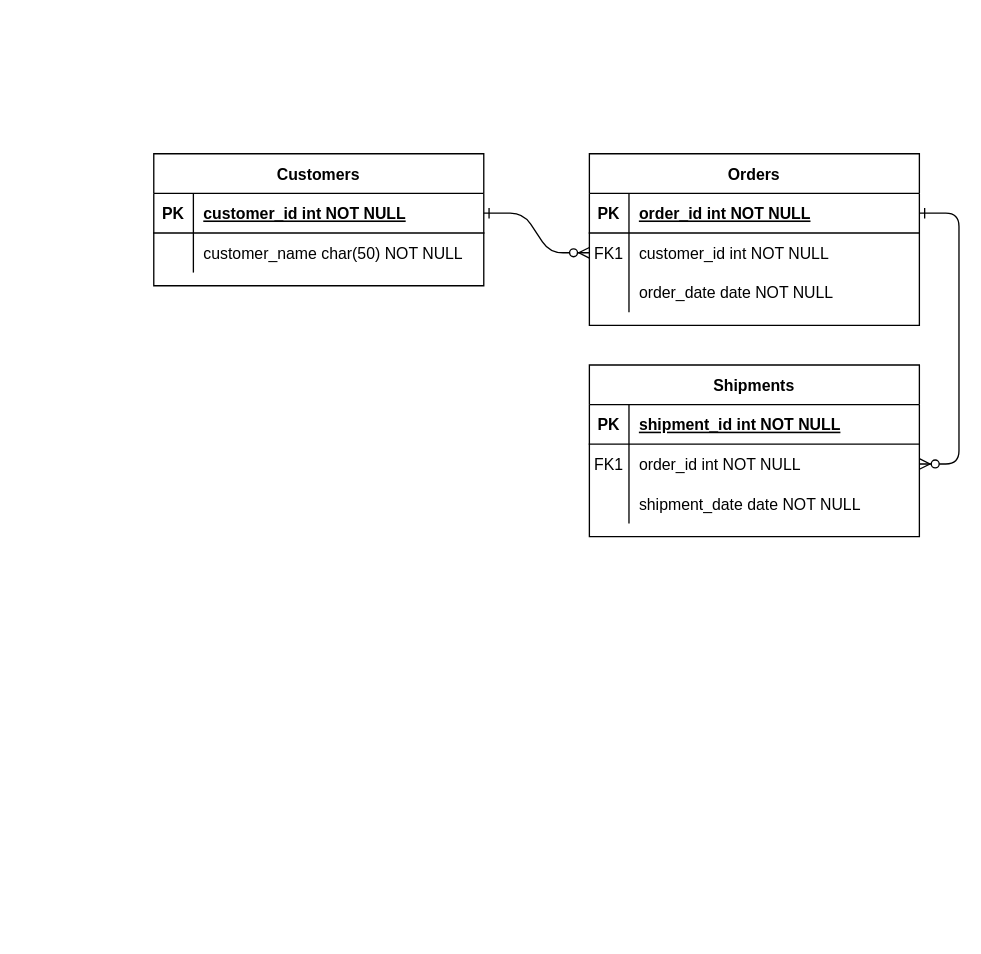
Earlier version of the draw.io diagram Recipe_api.drawio (BenDavies1218/BenjaminDavies_T2A2). Source tidied: cells renumbered, new cells numbered last; positions are measured from the earlier drawing's top-left corner, leaving out a move shared by most shapes. Both pictures are drawn from the tidied source at 132%, with x=0, y=0 at pixel (153, 153).
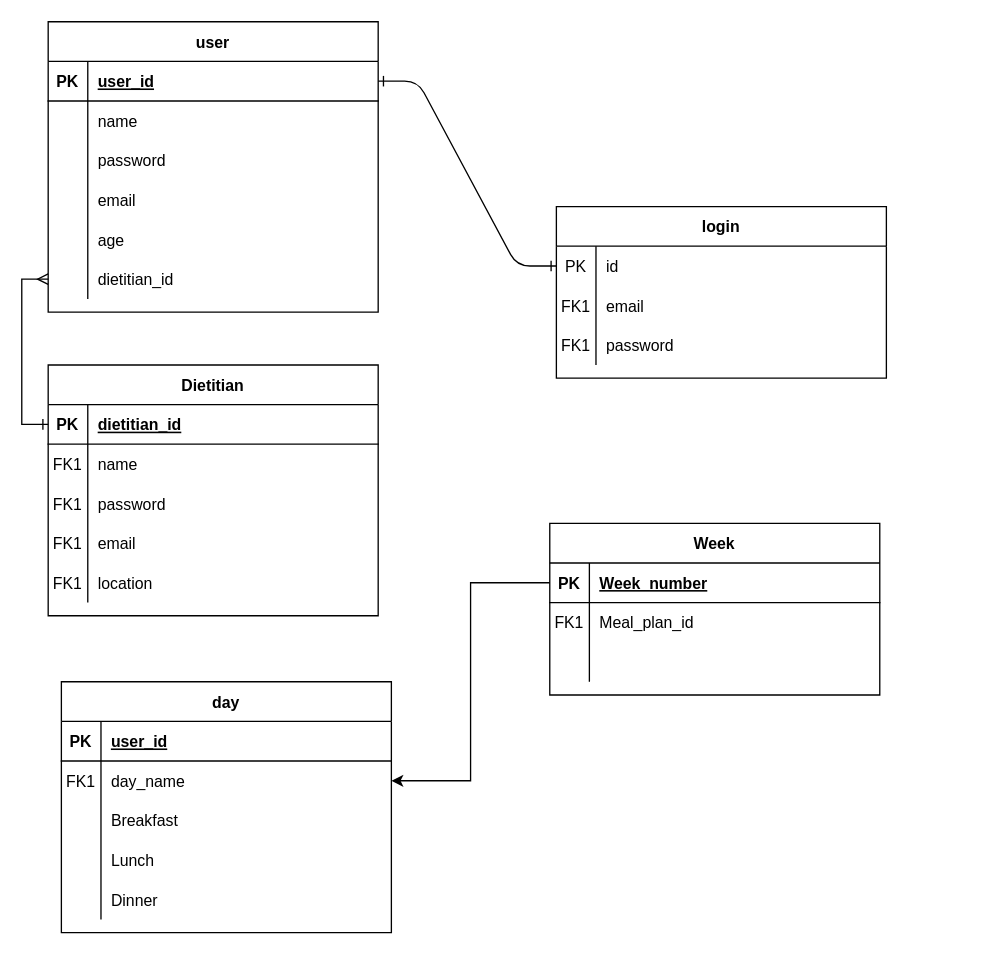
The same page after the edit.

Unchanged cells that the change refers to:
```xml
<mxCell id="15" style="shape=partialRectangle;fillColor=none;points=[[0,0.5],[1,0.5]];portConstraint=eastwest;top=0;left=0;right=0;bottom=1;" parent="14" vertex="1">
  <mxGeometry y="30" width="250" height="30" as="geometry" />
</mxCell>
<mxCell id="18" style="shape=partialRectangle;fillColor=none;points=[[0,0.5],[1,0.5]];portConstraint=eastwest;top=0;left=0;right=0;bottom=0;" parent="14" vertex="1">
  <mxGeometry y="60" width="250" height="30" as="geometry" />
</mxCell>
<mxCell id="21" style="shape=partialRectangle;fillColor=none;top=0;left=0;right=0;bottom=0;" parent="14" vertex="1">
  <mxGeometry y="90" width="250" height="30" as="geometry" />
</mxCell>
<mxCell id="25" style="shape=partialRectangle;fillColor=none;points=[[0,0.5],[1,0.5]];portConstraint=eastwest;top=0;left=0;right=0;bottom=1;" parent="24" vertex="1">
  <mxGeometry y="30" width="250" height="30" as="geometry" />
</mxCell>
<mxCell id="28" style="shape=partialRectangle;fillColor=none;top=0;left=0;right=0;bottom=0;" parent="24" vertex="1">
  <mxGeometry y="60" width="250" height="30" as="geometry" />
</mxCell>
```

What changed in the source:
```diff
@@
-    <mxCell id="2" style="edgeStyle=entityRelationEdgeStyle;endArrow=ERzeroToMany;startArrow=ERone;endFill=1;startFill=0;" parent="1" edge="1" source="25" target="8">
+    <mxCell id="2" style="edgeStyle=entityRelationEdgeStyle;endArrow=ERone;startArrow=ERone;endFill=0;startFill=0;" parent="1" edge="1" source="25" target="8">
       <mxGeometry relative="1" as="geometry" />
     </mxCell>
-    <mxCell id="3" style="edgeStyle=entityRelationEdgeStyle;endArrow=ERzeroToMany;startArrow=ERone;endFill=1;startFill=0;" parent="1" edge="1" source="5" target="18">
-      <mxGeometry relative="1" as="geometry" />
-    </mxCell>
-    <mxCell id="4" value="Orders" style="shape=table;startSize=30;childLayout=tableLayout;rowLines=0;fontStyle=1;align=center;" parent="1" vertex="1">
-      <mxGeometry x="330" width="250" height="130" as="geometry" />
+    <mxCell id="4" value="login" style="shape=table;startSize=30;childLayout=tableLayout;rowLines=0;fontStyle=1;align=center;" parent="1" vertex="1">
+      <mxGeometry x="305" y="40" width="250" height="130" as="geometry" />
     </mxCell>
-    <mxCell id="5" style="shape=partialRectangle;fillColor=none;points=[[0,0.5],[1,0.5]];portConstraint=eastwest;top=0;left=0;right=0;bottom=1;" parent="4" vertex="1">
-      <mxGeometry y="30" width="250" height="30" as="geometry" />
-    </mxCell>
-    <mxCell id="6" value="PK" style="shape=partialRectangle;overflow=hidden;fillColor=none;top=0;left=0;bottom=0;right=0;fontStyle=1;" parent="5" vertex="1">
-      <mxGeometry width="30" height="30" as="geometry" />
-    </mxCell>
-    <mxCell id="7" value="order_id int NOT NULL " style="shape=partialRectangle;overflow=hidden;fillColor=none;top=0;left=0;bottom=0;right=0;align=left;spacingLeft=6;fontStyle=5;" parent="5" vertex="1">
-      <mxGeometry x="30" width="220" height="30" as="geometry" />
-    </mxCell>
     <mxCell id="8" style="shape=partialRectangle;fillColor=none;points=[[0,0.5],[1,0.5]];portConstraint=eastwest;top=0;left=0;right=0;bottom=0;" parent="4" vertex="1">
-      <mxGeometry y="60" width="250" height="30" as="geometry" />
+      <mxGeometry y="30" width="250" height="30" as="geometry" />
     </mxCell>
-    <mxCell id="9" value="FK1" style="shape=partialRectangle;overflow=hidden;fillColor=none;top=0;left=0;bottom=0;right=0;" parent="8" vertex="1">
+    <mxCell id="9" value="PK" style="shape=partialRectangle;overflow=hidden;fillColor=none;top=0;left=0;bottom=0;right=0;" parent="8" vertex="1">
       <mxGeometry width="30" height="30" as="geometry" />
     </mxCell>
-    <mxCell id="10" value="customer_id int NOT NULL" style="shape=partialRectangle;overflow=hidden;fillColor=none;top=0;left=0;bottom=0;right=0;align=left;spacingLeft=6;" parent="8" vertex="1">
+    <mxCell id="10" value="id" style="shape=partialRectangle;overflow=hidden;fillColor=none;top=0;left=0;bottom=0;right=0;align=left;spacingLeft=6;" parent="8" vertex="1">
       <mxGeometry x="30" width="220" height="30" as="geometry" />
     </mxCell>
-    <mxCell id="11" style="shape=partialRectangle;fillColor=none;top=0;left=0;right=0;bottom=0;" parent="4" vertex="1">
-      <mxGeometry y="90" width="250" height="30" as="geometry" />
-    </mxCell>
-    <mxCell id="12" style="shape=partialRectangle;overflow=hidden;fillColor=none;top=0;left=0;bottom=0;right=0;" parent="11" vertex="1">
-      <mxGeometry width="30" height="30" as="geometry" />
-    </mxCell>
-    <mxCell id="13" value="order_date date NOT NULL" style="shape=partialRectangle;overflow=hidden;fillColor=none;top=0;left=0;bottom=0;right=0;align=left;spacingLeft=6;" parent="11" vertex="1">
-      <mxGeometry x="30" width="220" height="30" as="geometry" />
-    </mxCell>
+    <mxCell id="31" style="shape=partialRectangle;fillColor=none;top=0;left=0;right=0;bottom=0;" parent="4" vertex="1">
+      <mxGeometry y="60" width="250" height="30" as="geometry" />
+    </mxCell>
+    <mxCell id="32" value="FK1" style="shape=partialRectangle;overflow=hidden;fillColor=none;top=0;left=0;bottom=0;right=0;" parent="31" vertex="1">
+      <mxGeometry width="30" height="30" as="geometry" />
+    </mxCell>
+    <mxCell id="33" value="email" style="shape=partialRectangle;overflow=hidden;fillColor=none;top=0;left=0;bottom=0;right=0;align=left;spacingLeft=6;" parent="31" vertex="1">
+      <mxGeometry x="30" width="220" height="30" as="geometry" />
+    </mxCell>
+    <mxCell id="34" style="shape=partialRectangle;fillColor=none;top=0;left=0;right=0;bottom=0;" parent="4" vertex="1">
+      <mxGeometry y="90" width="250" height="30" as="geometry" />
+    </mxCell>
+    <mxCell id="35" value="FK1" style="shape=partialRectangle;overflow=hidden;fillColor=none;top=0;left=0;bottom=0;right=0;" parent="34" vertex="1">
+      <mxGeometry width="30" height="30" as="geometry" />
+    </mxCell>
+    <mxCell id="36" value="password" style="shape=partialRectangle;overflow=hidden;fillColor=none;top=0;left=0;bottom=0;right=0;align=left;spacingLeft=6;" parent="34" vertex="1">
+      <mxGeometry x="30" width="220" height="30" as="geometry" />
+    </mxCell>
-    <mxCell id="14" value="Shipments" style="shape=table;startSize=30;childLayout=tableLayout;rowLines=0;fontStyle=1;align=center;" parent="1" vertex="1">
-      <mxGeometry x="330" y="160" width="250" height="130" as="geometry" />
+    <mxCell id="14" value="Week" style="shape=table;startSize=30;childLayout=tableLayout;rowLines=0;fontStyle=1;align=center;" parent="1" vertex="1">
+      <mxGeometry x="300" y="280" width="250" height="130" as="geometry" />
     </mxCell>
@@
-    <mxCell id="17" value="shipment_id int NOT NULL " style="shape=partialRectangle;overflow=hidden;fillColor=none;top=0;left=0;bottom=0;right=0;align=left;spacingLeft=6;fontStyle=5;" parent="15" vertex="1">
+    <mxCell id="17" value="Week_number" style="shape=partialRectangle;overflow=hidden;fillColor=none;top=0;left=0;bottom=0;right=0;align=left;spacingLeft=6;fontStyle=5;" parent="15" vertex="1">
       <mxGeometry x="30" width="220" height="30" as="geometry" />
     </mxCell>
@@
-    <mxCell id="20" value="order_id int NOT NULL" style="shape=partialRectangle;overflow=hidden;fillColor=none;top=0;left=0;bottom=0;right=0;align=left;spacingLeft=6;" parent="18" vertex="1">
+    <mxCell id="20" value="Meal_plan_id" style="shape=partialRectangle;overflow=hidden;fillColor=none;top=0;left=0;bottom=0;right=0;align=left;spacingLeft=6;" parent="18" vertex="1">
       <mxGeometry x="30" width="220" height="30" as="geometry" />
     </mxCell>
@@
-    <mxCell id="23" value="shipment_date date NOT NULL" style="shape=partialRectangle;overflow=hidden;fillColor=none;top=0;left=0;bottom=0;right=0;align=left;spacingLeft=6;" parent="21" vertex="1">
+    <mxCell id="23" style="shape=partialRectangle;overflow=hidden;fillColor=none;top=0;left=0;bottom=0;right=0;align=left;spacingLeft=6;" parent="21" vertex="1">
       <mxGeometry x="30" width="220" height="30" as="geometry" />
     </mxCell>
-    <mxCell id="24" value="Customers" style="shape=table;startSize=30;childLayout=tableLayout;rowLines=0;fontStyle=1;align=center;" parent="1" vertex="1">
-      <mxGeometry width="250" height="100" as="geometry" />
+    <mxCell id="24" value="user" style="shape=table;startSize=30;childLayout=tableLayout;rowLines=0;fontStyle=1;align=center;" parent="1" vertex="1">
+      <mxGeometry x="-80" y="-100" width="250" height="220" as="geometry" />
     </mxCell>
@@
-    <mxCell id="27" value="customer_id int NOT NULL " style="shape=partialRectangle;overflow=hidden;fillColor=none;top=0;left=0;bottom=0;right=0;align=left;spacingLeft=6;fontStyle=5;" parent="25" vertex="1">
+    <mxCell id="27" value="user_id" style="shape=partialRectangle;overflow=hidden;fillColor=none;top=0;left=0;bottom=0;right=0;align=left;spacingLeft=6;fontStyle=5;" parent="25" vertex="1">
       <mxGeometry x="30" width="220" height="30" as="geometry" />
     </mxCell>
@@
-    <mxCell id="30" value="customer_name char(50) NOT NULL" style="shape=partialRectangle;overflow=hidden;fillColor=none;top=0;left=0;bottom=0;right=0;align=left;spacingLeft=6;" parent="28" vertex="1">
+    <mxCell id="30" value="name" style="shape=partialRectangle;overflow=hidden;fillColor=none;top=0;left=0;bottom=0;right=0;align=left;spacingLeft=6;" parent="28" vertex="1">
       <mxGeometry x="30" width="220" height="30" as="geometry" />
     </mxCell>
+    <mxCell id="37" style="shape=partialRectangle;fillColor=none;top=0;left=0;right=0;bottom=0;" parent="24" vertex="1">
+      <mxGeometry y="90" width="250" height="30" as="geometry" />
+    </mxCell>
+    <mxCell id="38" style="shape=partialRectangle;overflow=hidden;fillColor=none;top=0;left=0;bottom=0;right=0;" parent="37" vertex="1">
+      <mxGeometry width="30" height="30" as="geometry" />
+    </mxCell>
+    <mxCell id="39" value="password" style="shape=partialRectangle;overflow=hidden;fillColor=none;top=0;left=0;bottom=0;right=0;align=left;spacingLeft=6;" parent="37" vertex="1">
+      <mxGeometry x="30" width="220" height="30" as="geometry" />
+    </mxCell>
+    <mxCell id="40" style="shape=partialRectangle;fillColor=none;top=0;left=0;right=0;bottom=0;" parent="24" vertex="1">
+      <mxGeometry y="120" width="250" height="30" as="geometry" />
+    </mxCell>
+    <mxCell id="41" style="shape=partialRectangle;overflow=hidden;fillColor=none;top=0;left=0;bottom=0;right=0;" parent="40" vertex="1">
+      <mxGeometry width="30" height="30" as="geometry" />
+    </mxCell>
+    <mxCell id="42" value="email" style="shape=partialRectangle;overflow=hidden;fillColor=none;top=0;left=0;bottom=0;right=0;align=left;spacingLeft=6;" parent="40" vertex="1">
+      <mxGeometry x="30" width="220" height="30" as="geometry" />
+    </mxCell>
+    <mxCell id="43" style="shape=partialRectangle;fillColor=none;top=0;left=0;right=0;bottom=0;" parent="24" vertex="1">
+      <mxGeometry y="150" width="250" height="30" as="geometry" />
+    </mxCell>
+    <mxCell id="44" style="shape=partialRectangle;overflow=hidden;fillColor=none;top=0;left=0;bottom=0;right=0;" parent="43" vertex="1">
+      <mxGeometry width="30" height="30" as="geometry" />
+    </mxCell>
+    <mxCell id="45" value="age" style="shape=partialRectangle;overflow=hidden;fillColor=none;top=0;left=0;bottom=0;right=0;align=left;spacingLeft=6;" parent="43" vertex="1">
+      <mxGeometry x="30" width="220" height="30" as="geometry" />
+    </mxCell>
+    <mxCell id="46" style="shape=partialRectangle;fillColor=none;points=[[0,0.5],[1,0.5]];portConstraint=eastwest;top=0;left=0;right=0;bottom=0;" parent="24" vertex="1">
+      <mxGeometry y="180" width="250" height="30" as="geometry" />
+    </mxCell>
+    <mxCell id="47" style="shape=partialRectangle;overflow=hidden;fillColor=none;top=0;left=0;bottom=0;right=0;" parent="46" vertex="1">
+      <mxGeometry width="30" height="30" as="geometry" />
+    </mxCell>
+    <mxCell id="48" value="dietitian_id" style="shape=partialRectangle;overflow=hidden;fillColor=none;top=0;left=0;bottom=0;right=0;align=left;spacingLeft=6;" parent="46" vertex="1">
+      <mxGeometry x="30" width="220" height="30" as="geometry" />
+    </mxCell>
+    <mxCell id="49" value="day" style="shape=table;startSize=30;childLayout=tableLayout;rowLines=0;fontStyle=1;align=center;" parent="1" vertex="1">
+      <mxGeometry x="-70" y="400" width="250" height="190" as="geometry" />
+    </mxCell>
+    <mxCell id="50" style="shape=partialRectangle;fillColor=none;top=0;left=0;right=0;bottom=1;" parent="49" vertex="1">
+      <mxGeometry y="30" width="250" height="30" as="geometry" />
+    </mxCell>
+    <mxCell id="51" value="PK" style="shape=partialRectangle;overflow=hidden;fillColor=none;top=0;left=0;bottom=0;right=0;fontStyle=1;" parent="50" vertex="1">
+      <mxGeometry width="30" height="30" as="geometry" />
+    </mxCell>
+    <mxCell id="52" value="user_id" style="shape=partialRectangle;overflow=hidden;fillColor=none;top=0;left=0;bottom=0;right=0;align=left;spacingLeft=6;fontStyle=5;" parent="50" vertex="1">
+      <mxGeometry x="30" width="220" height="30" as="geometry" />
+    </mxCell>
+    <mxCell id="53" style="shape=partialRectangle;fillColor=none;points=[[0,0.5],[1,0.5]];portConstraint=eastwest;top=0;left=0;right=0;bottom=0;" parent="49" vertex="1">
+      <mxGeometry y="60" width="250" height="30" as="geometry" />
+    </mxCell>
+    <mxCell id="54" value="FK1" style="shape=partialRectangle;overflow=hidden;fillColor=none;top=0;left=0;bottom=0;right=0;" parent="53" vertex="1">
+      <mxGeometry width="30" height="30" as="geometry" />
+    </mxCell>
+    <mxCell id="55" value="day_name" style="shape=partialRectangle;overflow=hidden;fillColor=none;top=0;left=0;bottom=0;right=0;align=left;spacingLeft=6;" parent="53" vertex="1">
+      <mxGeometry x="30" width="220" height="30" as="geometry" />
+    </mxCell>
+    <mxCell id="56" style="shape=partialRectangle;fillColor=none;top=0;left=0;right=0;bottom=0;" parent="49" vertex="1">
+      <mxGeometry y="90" width="250" height="30" as="geometry" />
+    </mxCell>
+    <mxCell id="57" style="shape=partialRectangle;overflow=hidden;fillColor=none;top=0;left=0;bottom=0;right=0;" parent="56" vertex="1">
+      <mxGeometry width="30" height="30" as="geometry" />
+    </mxCell>
+    <mxCell id="58" value="Breakfast" style="shape=partialRectangle;overflow=hidden;fillColor=none;top=0;left=0;bottom=0;right=0;align=left;spacingLeft=6;" parent="56" vertex="1">
+      <mxGeometry x="30" width="220" height="30" as="geometry" />
+    </mxCell>
+    <mxCell id="59" style="shape=partialRectangle;fillColor=none;top=0;left=0;right=0;bottom=0;" parent="49" vertex="1">
+      <mxGeometry y="120" width="250" height="30" as="geometry" />
+    </mxCell>
+    <mxCell id="60" style="shape=partialRectangle;overflow=hidden;fillColor=none;top=0;left=0;bottom=0;right=0;" parent="59" vertex="1">
+      <mxGeometry width="30" height="30" as="geometry" />
+    </mxCell>
+    <mxCell id="61" value="Lunch" style="shape=partialRectangle;overflow=hidden;fillColor=none;top=0;left=0;bottom=0;right=0;align=left;spacingLeft=6;" parent="59" vertex="1">
+      <mxGeometry x="30" width="220" height="30" as="geometry" />
+    </mxCell>
+    <mxCell id="62" style="shape=partialRectangle;fillColor=none;top=0;left=0;right=0;bottom=0;" parent="49" vertex="1">
+      <mxGeometry y="150" width="250" height="30" as="geometry" />
+    </mxCell>
+    <mxCell id="63" style="shape=partialRectangle;overflow=hidden;fillColor=none;top=0;left=0;bottom=0;right=0;" parent="62" vertex="1">
+      <mxGeometry width="30" height="30" as="geometry" />
+    </mxCell>
+    <mxCell id="64" value="Dinner" style="shape=partialRectangle;overflow=hidden;fillColor=none;top=0;left=0;bottom=0;right=0;align=left;spacingLeft=6;" parent="62" vertex="1">
+      <mxGeometry x="30" width="220" height="30" as="geometry" />
+    </mxCell>
+    <mxCell id="65" style="edgeStyle=orthogonalEdgeStyle;rounded=0;jettySize=auto;html=1;entryX=1;entryY=0.5;entryDx=0;entryDy=0;" parent="1" edge="1" source="15" target="53">
+      <mxGeometry relative="1" as="geometry" />
+    </mxCell>
+    <mxCell id="66" value="Dietitian" style="shape=table;startSize=30;childLayout=tableLayout;rowLines=0;fontStyle=1;align=center;" parent="1" vertex="1">
+      <mxGeometry x="-80" y="160" width="250" height="190" as="geometry" />
+    </mxCell>
+    <mxCell id="67" style="shape=partialRectangle;fillColor=none;points=[[0,0.5],[1,0.5]];portConstraint=eastwest;top=0;left=0;right=0;bottom=1;" parent="66" vertex="1">
+      <mxGeometry y="30" width="250" height="30" as="geometry" />
+    </mxCell>
+    <mxCell id="68" value="PK" style="shape=partialRectangle;overflow=hidden;fillColor=none;top=0;left=0;bottom=0;right=0;fontStyle=1;" parent="67" vertex="1">
+      <mxGeometry width="30" height="30" as="geometry" />
+    </mxCell>
+    <mxCell id="69" value="dietitian_id" style="shape=partialRectangle;overflow=hidden;fillColor=none;top=0;left=0;bottom=0;right=0;align=left;spacingLeft=6;fontStyle=5;" parent="67" vertex="1">
+      <mxGeometry x="30" width="220" height="30" as="geometry" />
+    </mxCell>
+    <mxCell id="70" style="shape=partialRectangle;fillColor=none;top=0;left=0;right=0;bottom=0;" parent="66" vertex="1">
+      <mxGeometry y="60" width="250" height="30" as="geometry" />
+    </mxCell>
+    <mxCell id="71" value="FK1" style="shape=partialRectangle;overflow=hidden;fillColor=none;top=0;left=0;bottom=0;right=0;" parent="70" vertex="1">
+      <mxGeometry width="30" height="30" as="geometry" />
+    </mxCell>
+    <mxCell id="72" value="name" style="shape=partialRectangle;overflow=hidden;fillColor=none;top=0;left=0;bottom=0;right=0;align=left;spacingLeft=6;" parent="70" vertex="1">
+      <mxGeometry x="30" width="220" height="30" as="geometry" />
+    </mxCell>
+    <mxCell id="73" style="shape=partialRectangle;fillColor=none;top=0;left=0;right=0;bottom=0;" parent="66" vertex="1">
+      <mxGeometry y="90" width="250" height="30" as="geometry" />
+    </mxCell>
+    <mxCell id="74" value="FK1" style="shape=partialRectangle;overflow=hidden;fillColor=none;top=0;left=0;bottom=0;right=0;" parent="73" vertex="1">
+      <mxGeometry width="30" height="30" as="geometry" />
+    </mxCell>
+    <mxCell id="75" value="password" style="shape=partialRectangle;overflow=hidden;fillColor=none;top=0;left=0;bottom=0;right=0;align=left;spacingLeft=6;" parent="73" vertex="1">
+      <mxGeometry x="30" width="220" height="30" as="geometry" />
+    </mxCell>
+    <mxCell id="76" style="shape=partialRectangle;fillColor=none;top=0;left=0;right=0;bottom=0;" parent="66" vertex="1">
+      <mxGeometry y="120" width="250" height="30" as="geometry" />
+    </mxCell>
+    <mxCell id="77" value="FK1" style="shape=partialRectangle;overflow=hidden;fillColor=none;top=0;left=0;bottom=0;right=0;" parent="76" vertex="1">
+      <mxGeometry width="30" height="30" as="geometry" />
+    </mxCell>
+    <mxCell id="78" value="email" style="shape=partialRectangle;overflow=hidden;fillColor=none;top=0;left=0;bottom=0;right=0;align=left;spacingLeft=6;" parent="76" vertex="1">
+      <mxGeometry x="30" width="220" height="30" as="geometry" />
+    </mxCell>
+    <mxCell id="79" style="shape=partialRectangle;fillColor=none;top=0;left=0;right=0;bottom=0;" parent="66" vertex="1">
+      <mxGeometry y="150" width="250" height="30" as="geometry" />
+    </mxCell>
+    <mxCell id="80" value="FK1" style="shape=partialRectangle;overflow=hidden;fillColor=none;top=0;left=0;bottom=0;right=0;" parent="79" vertex="1">
+      <mxGeometry width="30" height="30" as="geometry" />
+    </mxCell>
+    <mxCell id="81" value="location" style="shape=partialRectangle;overflow=hidden;fillColor=none;top=0;left=0;bottom=0;right=0;align=left;spacingLeft=6;" parent="79" vertex="1">
+      <mxGeometry x="30" width="220" height="30" as="geometry" />
+    </mxCell>
+    <mxCell id="82" style="edgeStyle=orthogonalEdgeStyle;rounded=0;jettySize=auto;html=1;entryX=0;entryY=0.5;entryDx=0;entryDy=0;startArrow=ERone;startFill=0;endArrow=ERmany;endFill=0;" parent="1" edge="1" source="67" target="46">
+      <mxGeometry relative="1" as="geometry" />
+    </mxCell>
```
